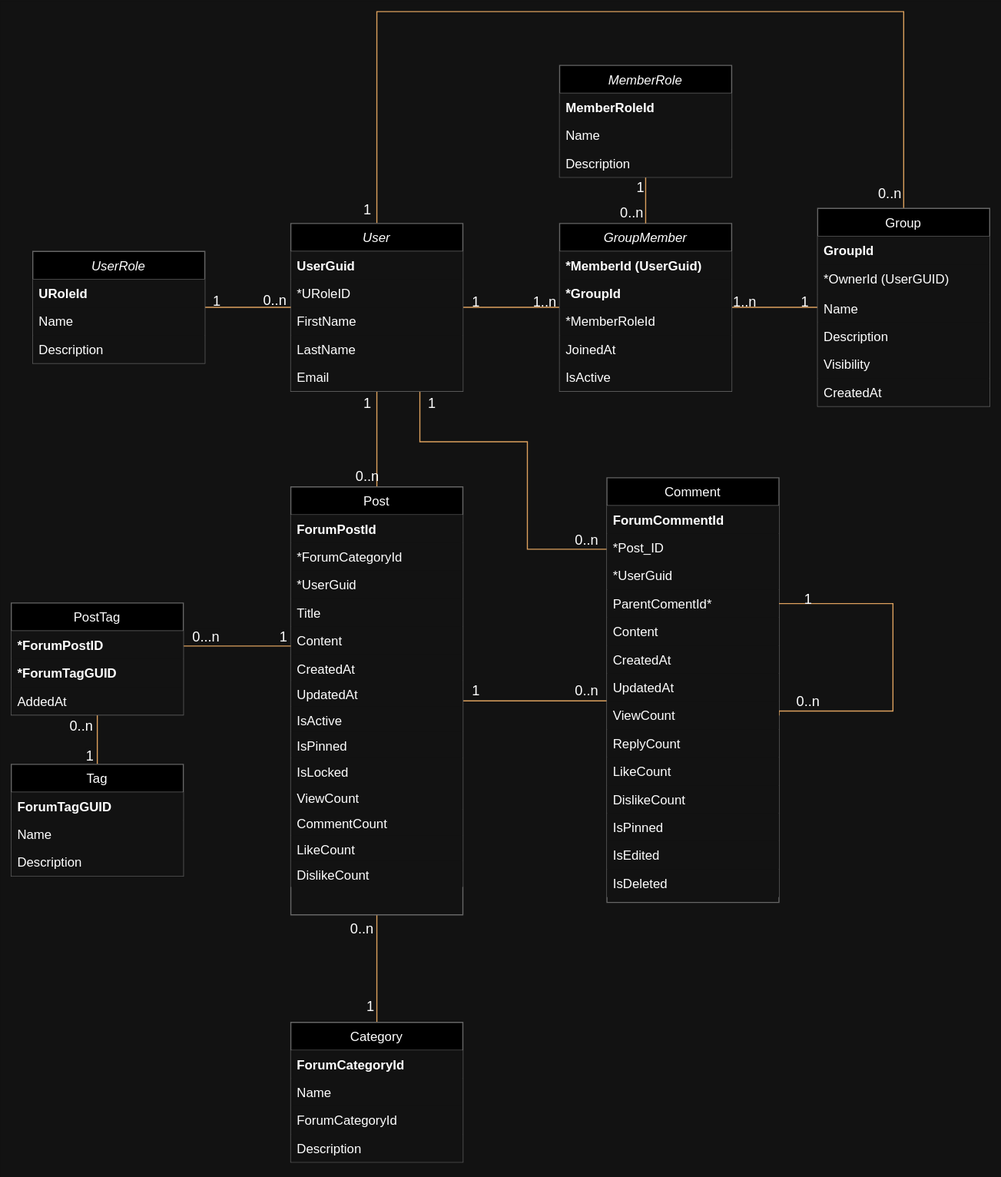
Earlier version of the draw.io export image/database/database.svg (StudyConnect-ZHAW/StudyConnect). Source tidied: cells renumbered, new cells last; positions are measured from the earlier drawing's top-left corner, leaving out a move shared by most shapes.
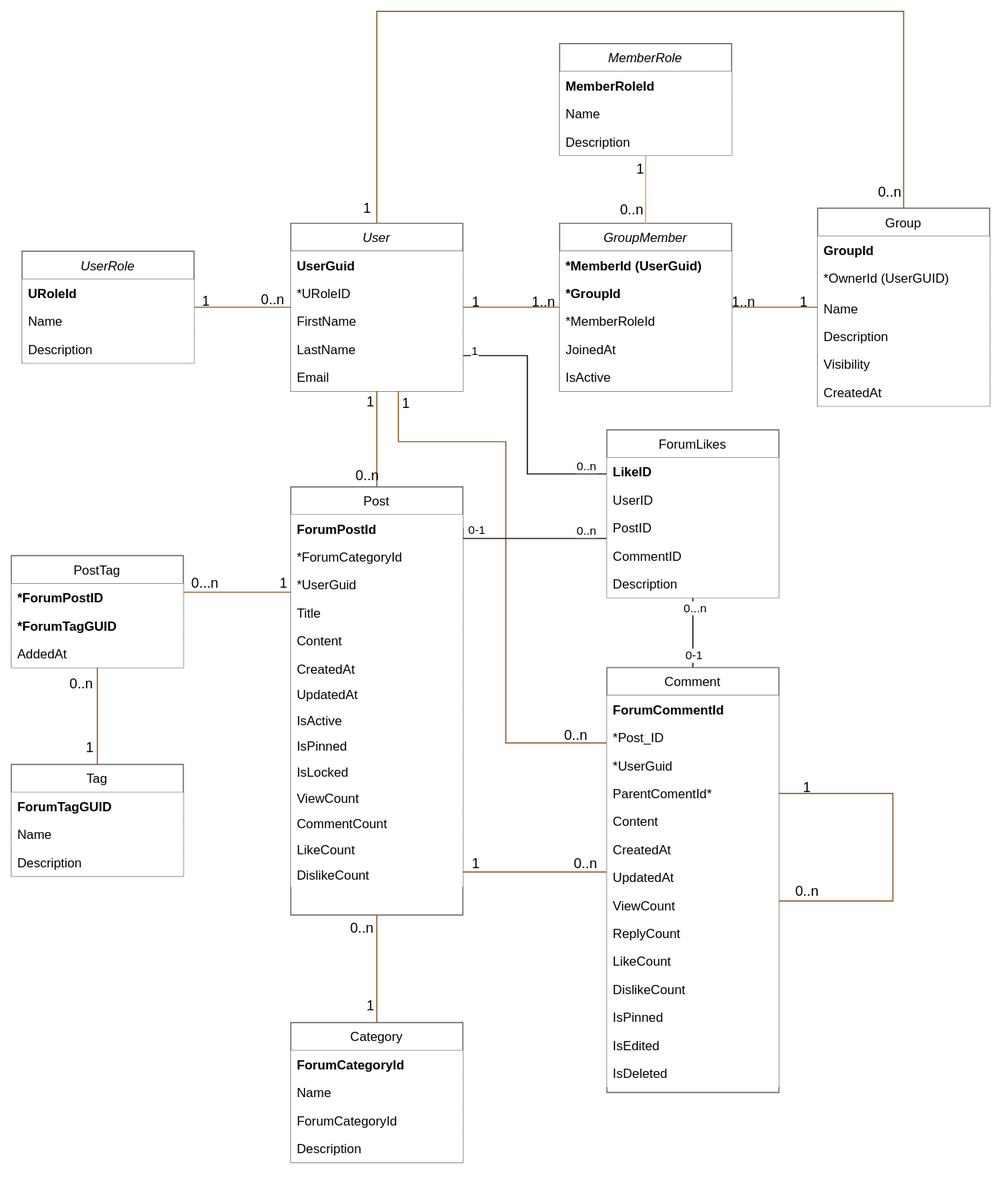
After the commit.

Commit message:
Adding updated Like for Database

What changed in the source:
```diff
@@ -20,7 +20,7 @@
     </mxCell>
     <mxCell id="6" value="1" style="edgeLabel;html=1;align=center;verticalAlign=middle;labelBackgroundColor=none;fontColor=light-dark(#000000,#FFFFFF);fontSize=13;" parent="5" vertex="1">
       <mxGeometry x="-0.8" relative="1" as="geometry">
-        <mxPoint x="-10" y="1" as="offset" />
+        <mxPoint x="-7" y="1" as="offset" />
       </mxGeometry>
     </mxCell>
     <mxCell id="7" value="0..n" style="edgeLabel;html=1;align=center;verticalAlign=middle;labelBackgroundColor=none;fontColor=light-dark(#000000,#FFFFFF);fontSize=13;" parent="5" vertex="1">
@@ -31,20 +31,20 @@
     <mxCell id="8" style="edgeStyle=orthogonalEdgeStyle;rounded=0;jettySize=auto;html=1;endArrow=none;startFill=0;labelBackgroundColor=none;strokeColor=light-dark(#89551C,#DDA15E);fontColor=light-dark(#000000,#FFFFFF);" parent="1" edge="1" source="14" target="56">
       <mxGeometry relative="1" as="geometry">
         <Array as="points">
-          <mxPoint x="380" y="400" />
-          <mxPoint x="480" y="400" />
-          <mxPoint x="480" y="500" />
+          <mxPoint x="360" y="400" />
+          <mxPoint x="460" y="400" />
+          <mxPoint x="460" y="680" />
         </Array>
       </mxGeometry>
     </mxCell>
     <mxCell id="9" value="1" style="edgeLabel;html=1;align=center;verticalAlign=middle;labelBackgroundColor=none;fontColor=light-dark(#000000,#FFFFFF);fontSize=13;" parent="8" vertex="1">
       <mxGeometry x="-0.95" y="-1" relative="1" as="geometry">
-        <mxPoint x="11" y="2" as="offset" />
+        <mxPoint x="7" y="-3" as="offset" />
       </mxGeometry>
     </mxCell>
     <mxCell id="10" value="0..n" style="edgeLabel;html=1;align=center;verticalAlign=middle;labelBackgroundColor=none;fontColor=light-dark(#000000,#FFFFFF);fontSize=13;" parent="8" vertex="1">
       <mxGeometry x="0.91" y="-1" relative="1" as="geometry">
-        <mxPoint x="-5" y="-11" as="offset" />
+        <mxPoint x="-5" y="-9" as="offset" />
       </mxGeometry>
     </mxCell>
     <mxCell id="11" style="edgeStyle=orthogonalEdgeStyle;rounded=0;jettySize=auto;html=1;endArrow=none;startFill=0;labelBackgroundColor=none;strokeColor=light-dark(#89551C,#DDA15E);fontColor=light-dark(#000000,#FFFFFF);" parent="1" edge="1" source="14" target="31">
@@ -65,6 +65,24 @@
         <mxPoint x="-13" as="offset" />
       </mxGeometry>
     </mxCell>
+    <mxCell id="108" style="edgeStyle=orthogonalEdgeStyle;rounded=0;jettySize=auto;html=1;endArrow=none;startFill=0;" parent="1" edge="1" source="14" target="117">
+      <mxGeometry relative="1" as="geometry">
+        <Array as="points">
+          <mxPoint x="480" y="320" />
+          <mxPoint x="480" y="430" />
+        </Array>
+      </mxGeometry>
+    </mxCell>
+    <mxCell id="109" value="0..n" style="edgeLabel;html=1;align=center;verticalAlign=middle;" parent="108" vertex="1">
+      <mxGeometry x="0.91" relative="1" as="geometry">
+        <mxPoint x="-9" y="-8" as="offset" />
+      </mxGeometry>
+    </mxCell>
+    <mxCell id="110" value="1" style="edgeLabel;html=1;align=center;verticalAlign=middle;" parent="108" vertex="1">
+      <mxGeometry x="-0.92" relative="1" as="geometry">
+        <mxPoint y="-5" as="offset" />
+      </mxGeometry>
+    </mxCell>
     <mxCell id="14" value="User" style="swimlane;fontStyle=2;align=center;verticalAlign=top;horizontal=1;startSize=26;rounded=0;shadow=0;strokeWidth=1;labelBackgroundColor=none;fillColor=light-dark(#FFFFFF,#000000);strokeColor=#666666;fontColor=light-dark(#000000,#FFFFFF);" parent="1" vertex="1">
       <mxGeometry x="260" y="197" width="160" height="156" as="geometry" />
     </mxCell>
@@ -148,21 +166,39 @@
     <mxCell id="38" style="edgeStyle=orthogonalEdgeStyle;rounded=0;jettySize=auto;html=1;endArrow=none;startFill=0;labelBackgroundColor=none;strokeColor=light-dark(#89551C,#DDA15E);fontColor=light-dark(#000000,#FFFFFF);" parent="1" edge="1" source="41" target="56">
       <mxGeometry relative="1" as="geometry">
         <Array as="points">
-          <mxPoint x="520" y="641" />
-          <mxPoint x="520" y="641" />
+          <mxPoint x="510" y="800" />
+          <mxPoint x="510" y="800" />
         </Array>
       </mxGeometry>
     </mxCell>
     <mxCell id="39" value="1" style="edgeLabel;html=1;align=center;verticalAlign=middle;labelBackgroundColor=none;fontColor=light-dark(#000000,#FFFFFF);fontSize=13;" parent="38" vertex="1">
       <mxGeometry x="-0.69" relative="1" as="geometry">
-        <mxPoint x="-10" y="-11" as="offset" />
+        <mxPoint x="-10" y="-9" as="offset" />
       </mxGeometry>
     </mxCell>
     <mxCell id="40" value="0..n" style="edgeLabel;html=1;align=center;verticalAlign=middle;labelBackgroundColor=none;fontColor=light-dark(#000000,#FFFFFF);fontSize=13;" parent="38" vertex="1">
       <mxGeometry x="0.76" y="-1" relative="1" as="geometry">
-        <mxPoint x="-4" y="-12" as="offset" />
+        <mxPoint x="-4" y="-10" as="offset" />
       </mxGeometry>
     </mxCell>
+    <mxCell id="111" style="edgeStyle=orthogonalEdgeStyle;rounded=0;jettySize=auto;html=1;endArrow=none;startFill=0;" parent="1" edge="1" target="117">
+      <mxGeometry relative="1" as="geometry">
+        <mxPoint x="420" y="480" as="sourcePoint" />
+        <Array as="points">
+          <mxPoint x="420" y="490" />
+        </Array>
+      </mxGeometry>
+    </mxCell>
+    <mxCell id="112" value="0-1" style="edgeLabel;html=1;align=center;verticalAlign=middle;" parent="111" vertex="1">
+      <mxGeometry x="-0.79" relative="1" as="geometry">
+        <mxPoint x="8" y="-9" as="offset" />
+      </mxGeometry>
+    </mxCell>
+    <mxCell id="113" value="0..n" style="edgeLabel;html=1;align=center;verticalAlign=middle;" parent="111" vertex="1">
+      <mxGeometry x="0.82" y="1" relative="1" as="geometry">
+        <mxPoint x="-7" y="-7" as="offset" />
+      </mxGeometry>
+    </mxCell>
     <mxCell id="41" value="Post" style="swimlane;fontStyle=0;align=center;verticalAlign=top;horizontal=1;startSize=26;rounded=0;shadow=0;strokeWidth=1;labelBackgroundColor=none;fillColor=light-dark(#FFFFFF,#000000);strokeColor=#666666;fontColor=light-dark(#000000,#FFFFFF);" parent="1" vertex="1">
       <mxGeometry x="260" y="442" width="160" height="398" as="geometry" />
     </mxCell>
@@ -208,8 +244,21 @@
     <mxCell id="55" value="DislikeCount" style="text;align=left;verticalAlign=top;spacingLeft=4;spacingRight=4;overflow=hidden;labelBackgroundColor=none;fillColor=default;fontColor=light-dark(#000000,#FFFFFF);" parent="41" vertex="1">
       <mxGeometry y="348" width="160" height="24" as="geometry" />
     </mxCell>
+    <mxCell id="114" style="edgeStyle=orthogonalEdgeStyle;rounded=0;jettySize=auto;html=1;endArrow=none;startFill=0;" parent="1" edge="1" source="56" target="117">
+      <mxGeometry relative="1" as="geometry" />
+    </mxCell>
+    <mxCell id="115" value="0...n" style="edgeLabel;html=1;align=center;verticalAlign=middle;" parent="114" vertex="1">
+      <mxGeometry x="0.7" relative="1" as="geometry">
+        <mxPoint x="1" as="offset" />
+      </mxGeometry>
+    </mxCell>
+    <mxCell id="116" value="0-1" style="edgeLabel;html=1;align=center;verticalAlign=middle;" parent="114" vertex="1">
+      <mxGeometry x="-0.65" y="1" relative="1" as="geometry">
+        <mxPoint x="1" as="offset" />
+      </mxGeometry>
+    </mxCell>
     <mxCell id="56" value="Comment" style="swimlane;fontStyle=0;align=center;verticalAlign=top;horizontal=1;startSize=26;rounded=0;shadow=0;strokeWidth=1;labelBackgroundColor=none;fillColor=light-dark(#FFFFFF,#000000);strokeColor=#666666;fontColor=light-dark(#000000,#FFFFFF);" parent="1" vertex="1">
-      <mxGeometry x="554" y="433.5" width="160" height="395" as="geometry" />
+      <mxGeometry x="554" y="610" width="160" height="395" as="geometry" />
     </mxCell>
     <mxCell id="57" value="ForumCommentId" style="text;align=left;verticalAlign=top;spacingLeft=4;spacingRight=4;overflow=hidden;fontStyle=1;labelBackgroundColor=none;fontColor=light-dark(#000000,#FFFFFF);fillColor=default;" parent="56" vertex="1">
       <mxGeometry y="26" width="160" height="26" as="geometry" />
@@ -242,7 +291,9 @@
       </mxGeometry>
     </mxCell>
     <mxCell id="65" value="1" style="edgeLabel;html=1;align=center;verticalAlign=middle;labelBackgroundColor=none;fontColor=light-dark(#000000,#FFFFFF);fontSize=13;" parent="64" vertex="1">
-      <mxGeometry x="-0.84" y="5" relative="1" as="geometry" />
+      <mxGeometry x="-0.84" y="5" relative="1" as="geometry">
+        <mxPoint y="-2" as="offset" />
+      </mxGeometry>
     </mxCell>
     <mxCell id="66" value="0..n" style="edgeLabel;html=1;align=center;verticalAlign=middle;labelBackgroundColor=none;fontColor=light-dark(#000000,#FFFFFF);fontSize=13;" parent="64" vertex="1">
       <mxGeometry x="0.81" y="2" relative="1" as="geometry">
@@ -302,7 +353,7 @@
       </mxGeometry>
     </mxCell>
     <mxCell id="83" value="MemberRole" style="swimlane;fontStyle=2;align=center;verticalAlign=top;horizontal=1;startSize=26;rounded=0;shadow=0;strokeWidth=1;labelBackgroundColor=none;fillColor=light-dark(#FFFFFF,#000000);strokeColor=#666666;fontColor=light-dark(#000000,#FFFFFF);" parent="1" vertex="1">
-      <mxGeometry x="510" y="50" width="160" height="104" as="geometry" />
+      <mxGeometry x="510" y="30" width="160" height="104" as="geometry" />
     </mxCell>
     <mxCell id="84" value="MemberRoleId" style="text;align=left;verticalAlign=top;spacingLeft=4;spacingRight=4;overflow=hidden;fontStyle=1;labelBackgroundColor=none;fontColor=light-dark(#000000,#FFFFFF);fillColor=default;" parent="83" vertex="1">
       <mxGeometry y="26" width="160" height="26" as="geometry" />
@@ -327,7 +378,7 @@
       </mxGeometry>
     </mxCell>
     <mxCell id="90" value="UserRole" style="swimlane;fontStyle=2;align=center;verticalAlign=top;horizontal=1;startSize=26;rounded=0;shadow=0;strokeWidth=1;labelBackgroundColor=none;fillColor=light-dark(#FFFFFF,#000000);strokeColor=#666666;fontColor=light-dark(#000000,#FFFFFF);fillStyle=auto;" parent="1" vertex="1">
-      <mxGeometry x="20" y="223" width="160" height="104" as="geometry" />
+      <mxGeometry x="10" y="223" width="160" height="104" as="geometry" />
     </mxCell>
     <mxCell id="91" value="URoleId" style="text;align=left;verticalAlign=top;spacingLeft=4;spacingRight=4;overflow=hidden;fontStyle=1;labelBackgroundColor=none;fontColor=light-dark(#000000,#FFFFFF);fillColor=default;" parent="90" vertex="1">
       <mxGeometry y="26" width="160" height="26" as="geometry" />
@@ -366,8 +417,8 @@
     <mxCell id="101" style="edgeStyle=orthogonalEdgeStyle;rounded=0;jettySize=auto;html=1;endArrow=none;startFill=0;fontColor=light-dark(#000000,#FFFFFF);strokeColor=light-dark(#89551C,#DDA15E);" parent="1" edge="1" source="104" target="41">
       <mxGeometry relative="1" as="geometry">
         <Array as="points">
-          <mxPoint x="170" y="590" />
-          <mxPoint x="170" y="590" />
+          <mxPoint x="210" y="540" />
+          <mxPoint x="210" y="540" />
         </Array>
       </mxGeometry>
     </mxCell>
@@ -382,7 +433,7 @@
       </mxGeometry>
     </mxCell>
     <mxCell id="104" value="PostTag" style="swimlane;fontStyle=0;align=center;verticalAlign=top;horizontal=1;startSize=26;rounded=0;shadow=0;strokeWidth=1;labelBackgroundColor=none;fillColor=light-dark(#FFFFFF,#000000);strokeColor=#666666;fontColor=light-dark(#000000,#FFFFFF);fillStyle=auto;" parent="1" vertex="1">
-      <mxGeometry y="550" width="160" height="104" as="geometry" />
+      <mxGeometry y="506" width="160" height="104" as="geometry" />
     </mxCell>
     <mxCell id="105" value="*ForumPostID" style="text;align=left;verticalAlign=top;spacingLeft=4;spacingRight=4;overflow=hidden;labelBackgroundColor=none;fillColor=default;fontColor=light-dark(#000000,#FFFFFF);fontStyle=1;" parent="104" vertex="1">
       <mxGeometry y="26" width="160" height="26" as="geometry" />
@@ -393,5 +444,23 @@
     <mxCell id="107" value="AddedAt" style="text;align=left;verticalAlign=top;spacingLeft=4;spacingRight=4;overflow=hidden;labelBackgroundColor=none;fillColor=default;fontColor=light-dark(#000000,#FFFFFF);fontStyle=0;" parent="104" vertex="1">
       <mxGeometry y="78" width="160" height="26" as="geometry" />
     </mxCell>
+    <mxCell id="117" value="ForumLikes" style="swimlane;fontStyle=0;align=center;verticalAlign=top;horizontal=1;startSize=26;rounded=0;shadow=0;strokeWidth=1;labelBackgroundColor=none;fillColor=light-dark(#FFFFFF,#000000);strokeColor=#666666;fontColor=light-dark(#000000,#FFFFFF);" parent="1" vertex="1">
+      <mxGeometry x="554" y="389" width="160" height="156" as="geometry" />
+    </mxCell>
+    <mxCell id="118" value="LikeID" style="text;align=left;verticalAlign=top;spacingLeft=4;spacingRight=4;overflow=hidden;fontStyle=1;labelBackgroundColor=none;fillColor=default;fontColor=light-dark(#000000,#FFFFFF);" parent="117" vertex="1">
+      <mxGeometry y="26" width="160" height="26" as="geometry" />
+    </mxCell>
+    <mxCell id="119" value="UserID" style="text;align=left;verticalAlign=top;spacingLeft=4;spacingRight=4;overflow=hidden;labelBackgroundColor=none;fillColor=default;fontColor=light-dark(#000000,#FFFFFF);" parent="117" vertex="1">
+      <mxGeometry y="52" width="160" height="26" as="geometry" />
+    </mxCell>
+    <mxCell id="120" value="PostID" style="text;align=left;verticalAlign=top;spacingLeft=4;spacingRight=4;overflow=hidden;labelBackgroundColor=none;fillColor=default;fontColor=light-dark(#000000,#FFFFFF);" parent="117" vertex="1">
+      <mxGeometry y="78" width="160" height="26" as="geometry" />
+    </mxCell>
+    <mxCell id="121" value="CommentID" style="text;align=left;verticalAlign=top;spacingLeft=4;spacingRight=4;overflow=hidden;labelBackgroundColor=none;fillColor=default;fontColor=light-dark(#000000,#FFFFFF);" parent="117" vertex="1">
+      <mxGeometry y="104" width="160" height="26" as="geometry" />
+    </mxCell>
+    <mxCell id="122" value="Description" style="text;align=left;verticalAlign=top;spacingLeft=4;spacingRight=4;overflow=hidden;labelBackgroundColor=none;fillColor=default;fontColor=light-dark(#000000,#FFFFFF);" parent="117" vertex="1">
+      <mxGeometry y="130" width="160" height="26" as="geometry" />
+    </mxCell>
   </root>
 </mxGraphModel>
```
